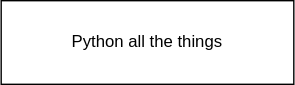
Above: images/fullstack2.drawio.svg in sheenarbw/pres-2024-escconf-playwright (draw.io), before the change. Source tidied: cells renumbered, new cells last; positions are measured from the earlier drawing's top-left corner, leaving out a move shared by most shapes.
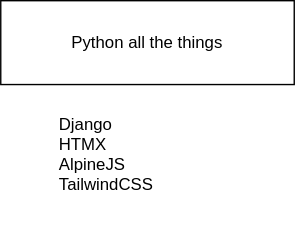
After the change.

The edit, as a diff of the source:
```diff
@@ -5,5 +5,8 @@
     <mxCell id="2" value="Python all the things" style="rounded=0;whiteSpace=wrap;html=1;" parent="1" vertex="1">
       <mxGeometry width="210" height="60" as="geometry" />
     </mxCell>
+    <mxCell id="3" value="Django&lt;br&gt;HTMX&lt;br&gt;AlpineJS&lt;br&gt;TailwindCSS" style="text;html=1;strokeColor=none;fillColor=none;align=left;verticalAlign=middle;whiteSpace=wrap;rounded=0;" parent="1" vertex="1">
+      <mxGeometry x="40" y="60" width="150" height="100" as="geometry" />
+    </mxCell>
   </root>
 </mxGraphModel>
```
